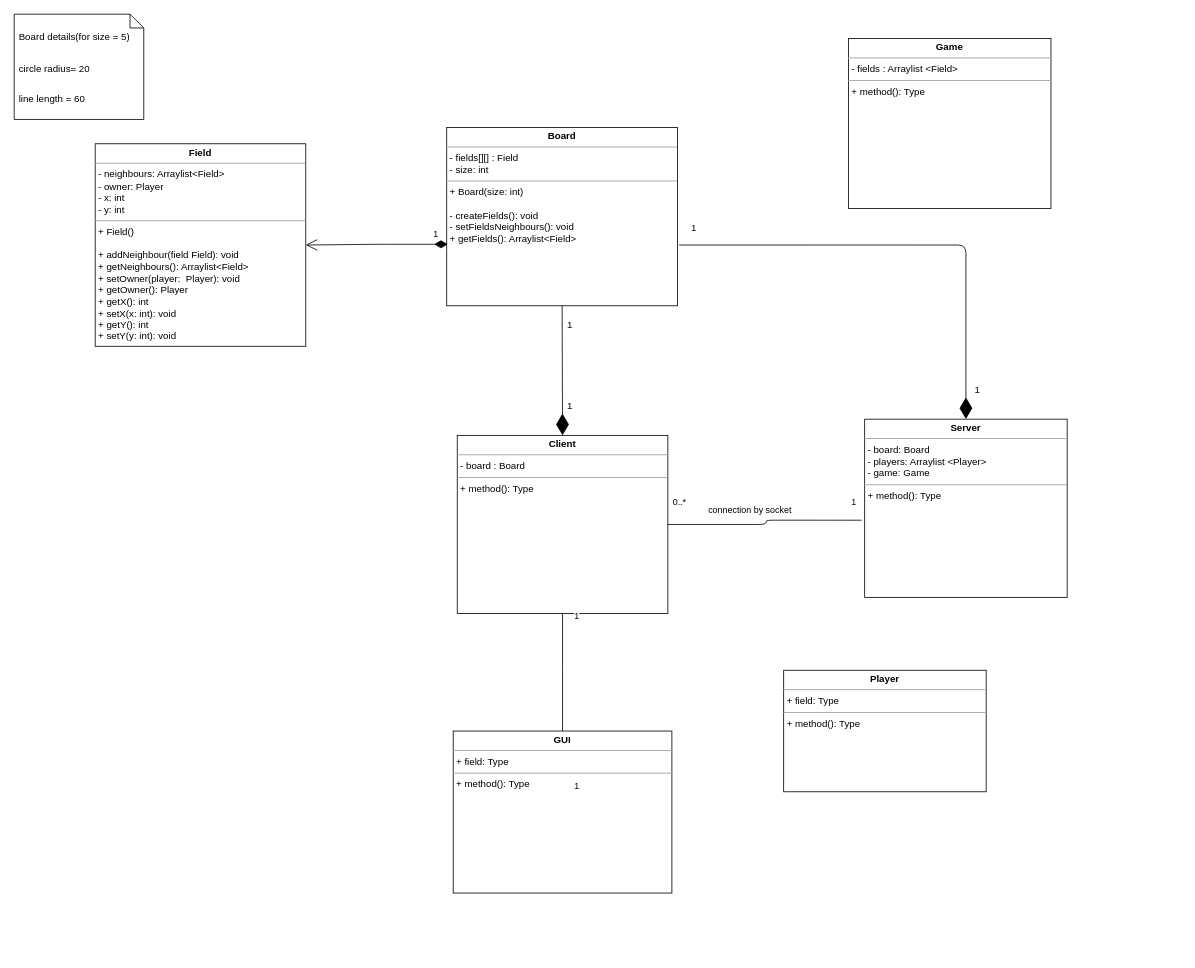
Lavreen/ChineseChess keeps this draw.io diagram as diagram UML.drawio. Above is the earlier version. Source tidied: cells renumbered, new cells numbered last; positions are measured from the earlier drawing's top-left corner, leaving out a move shared by most shapes. Both pictures are drawn from the tidied source at 81%, with x=0, y=0 at pixel (14, 14).
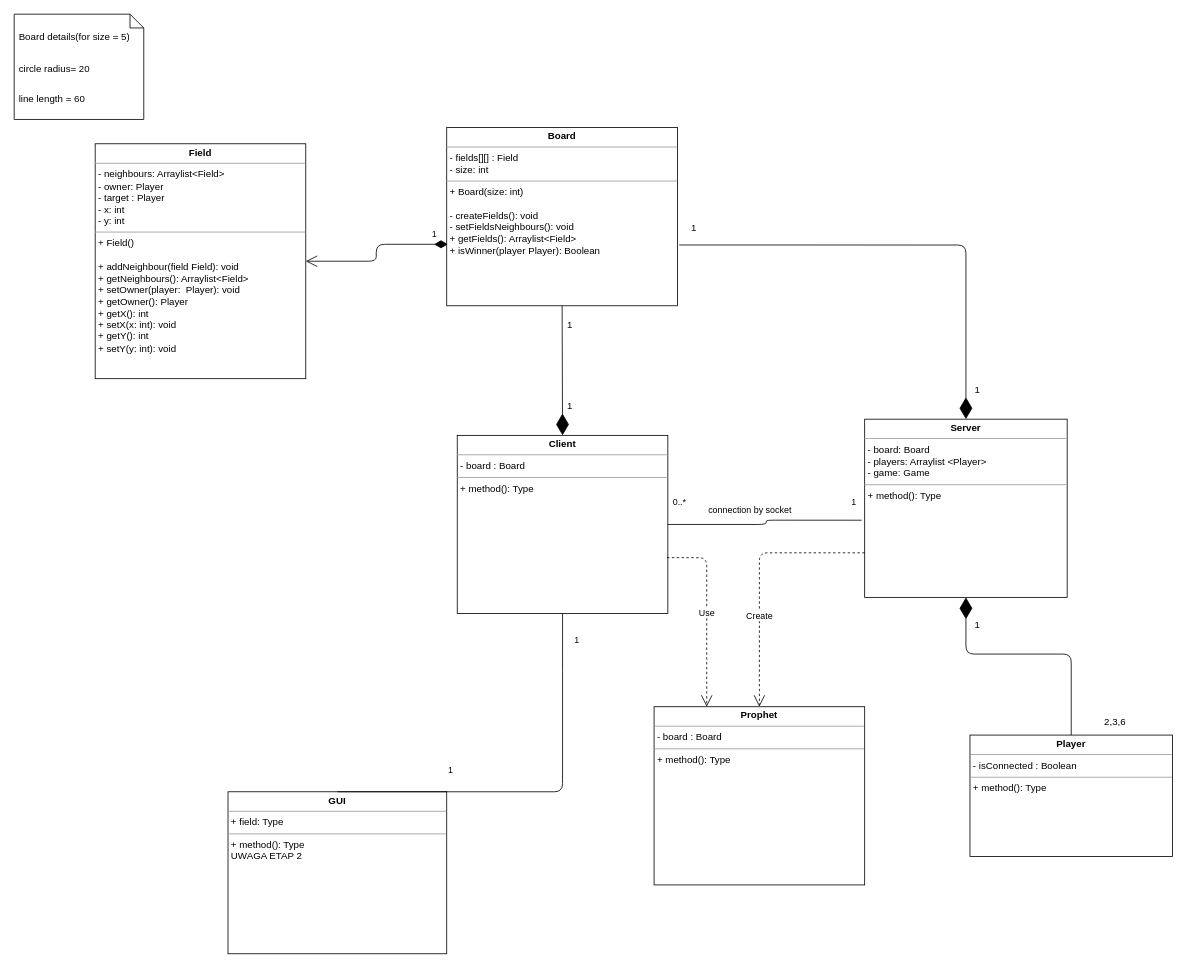
The same diagram, later.

The change refers to these unchanged cells:
```xml
<mxCell id="2" value="&lt;p style=&quot;margin: 0px ; margin-top: 4px ; text-align: center&quot;&gt;&lt;b&gt;Server&lt;/b&gt;&lt;/p&gt;&lt;hr size=&quot;1&quot;&gt;&lt;p style=&quot;margin: 0px ; margin-left: 4px&quot;&gt;- board: Board&lt;/p&gt;&lt;p style=&quot;margin: 0px ; margin-left: 4px&quot;&gt;- players: Arraylist &amp;lt;Player&lt;span&gt;&amp;gt;&lt;/span&gt;&lt;/p&gt;&lt;p style=&quot;margin: 0px ; margin-left: 4px&quot;&gt;&lt;span&gt;- game: Game&lt;/span&gt;&lt;/p&gt;&lt;hr size=&quot;1&quot;&gt;&lt;p style=&quot;margin: 0px ; margin-left: 4px&quot;&gt;+ method(): Type&lt;/p&gt;" style="verticalAlign=top;align=left;overflow=fill;fontSize=12;fontFamily=Helvetica;html=1;" parent="1" vertex="1">
  <mxGeometry x="1050" y="500" width="250" height="220" as="geometry" />
</mxCell>
<mxCell id="6" value="&lt;p style=&quot;margin: 0px ; margin-top: 4px ; text-align: center&quot;&gt;&lt;b&gt;Client&lt;/b&gt;&lt;/p&gt;&lt;hr size=&quot;1&quot;&gt;&lt;p style=&quot;margin: 0px ; margin-left: 4px&quot;&gt;- board : Board&lt;/p&gt;&lt;hr size=&quot;1&quot;&gt;&lt;p style=&quot;margin: 0px ; margin-left: 4px&quot;&gt;+ method(): Type&lt;/p&gt;" style="verticalAlign=top;align=left;overflow=fill;fontSize=12;fontFamily=Helvetica;html=1;" parent="1" vertex="1">
  <mxGeometry x="547" y="520" width="260" height="220" as="geometry" />
</mxCell>
```

The edit, as a diff of the source:
```diff
@@
-    <mxCell id="3" value="&lt;p style=&quot;margin: 0px ; margin-top: 4px ; text-align: center&quot;&gt;&lt;b&gt;Board&lt;/b&gt;&lt;/p&gt;&lt;hr size=&quot;1&quot;&gt;&lt;p style=&quot;margin: 0px ; margin-left: 4px&quot;&gt;- fields[][]&lt;span&gt;&amp;nbsp;: Field&lt;/span&gt;&lt;/p&gt;&lt;p style=&quot;margin: 0px ; margin-left: 4px&quot;&gt;- size: int&lt;/p&gt;&lt;hr size=&quot;1&quot;&gt;&lt;p style=&quot;margin: 0px ; margin-left: 4px&quot;&gt;+ Board(size: int)&lt;/p&gt;&lt;p style=&quot;margin: 0px ; margin-left: 4px&quot;&gt;&lt;br&gt;&lt;/p&gt;&lt;p style=&quot;margin: 0px ; margin-left: 4px&quot;&gt;- createFields(): void&lt;/p&gt;&lt;p style=&quot;margin: 0px ; margin-left: 4px&quot;&gt;- setFieldsNeighbours(): void&lt;/p&gt;&lt;p style=&quot;margin: 0px ; margin-left: 4px&quot;&gt;+ getFields(): Arraylist&amp;lt;Field&amp;gt;&lt;/p&gt;" style="verticalAlign=top;align=left;overflow=fill;fontSize=12;fontFamily=Helvetica;html=1;" parent="1" vertex="1">
+    <mxCell id="3" value="&lt;p style=&quot;margin: 0px ; margin-top: 4px ; text-align: center&quot;&gt;&lt;b&gt;Board&lt;/b&gt;&lt;/p&gt;&lt;hr size=&quot;1&quot;&gt;&lt;p style=&quot;margin: 0px ; margin-left: 4px&quot;&gt;- fields[][]&lt;span&gt;&amp;nbsp;: Field&lt;/span&gt;&lt;/p&gt;&lt;p style=&quot;margin: 0px ; margin-left: 4px&quot;&gt;- size: int&lt;/p&gt;&lt;hr size=&quot;1&quot;&gt;&lt;p style=&quot;margin: 0px ; margin-left: 4px&quot;&gt;+ Board(size: int)&lt;/p&gt;&lt;p style=&quot;margin: 0px ; margin-left: 4px&quot;&gt;&lt;br&gt;&lt;/p&gt;&lt;p style=&quot;margin: 0px ; margin-left: 4px&quot;&gt;- createFields(): void&lt;/p&gt;&lt;p style=&quot;margin: 0px ; margin-left: 4px&quot;&gt;- setFieldsNeighbours(): void&lt;/p&gt;&lt;p style=&quot;margin: 0px ; margin-left: 4px&quot;&gt;+ getFields(): Arraylist&amp;lt;Field&amp;gt;&lt;/p&gt;&lt;p style=&quot;margin: 0px ; margin-left: 4px&quot;&gt;+ isWinner(player Player): Boolean&lt;/p&gt;" style="verticalAlign=top;align=left;overflow=fill;fontSize=12;fontFamily=Helvetica;html=1;" parent="1" vertex="1">
       <mxGeometry x="534" y="140" width="285" height="220" as="geometry" />
     </mxCell>
-    <mxCell id="4" value="&lt;p style=&quot;margin: 0px ; margin-top: 4px ; text-align: center&quot;&gt;&lt;b&gt;Field&lt;/b&gt;&lt;/p&gt;&lt;hr size=&quot;1&quot;&gt;&lt;p style=&quot;margin: 0px ; margin-left: 4px&quot;&gt;- neighbours: Arraylist&amp;lt;Field&amp;gt;&lt;/p&gt;&lt;p style=&quot;margin: 0px ; margin-left: 4px&quot;&gt;- owner: Player&lt;/p&gt;&lt;p style=&quot;margin: 0px ; margin-left: 4px&quot;&gt;- x: int&lt;/p&gt;&lt;p style=&quot;margin: 0px ; margin-left: 4px&quot;&gt;- y: int&lt;/p&gt;&lt;hr size=&quot;1&quot;&gt;&lt;p style=&quot;margin: 0px ; margin-left: 4px&quot;&gt;+ Field()&lt;/p&gt;&lt;p style=&quot;margin: 0px ; margin-left: 4px&quot;&gt;&lt;br&gt;&lt;/p&gt;&lt;p style=&quot;margin: 0px ; margin-left: 4px&quot;&gt;+ addNeighbour(field Field): void&lt;/p&gt;&lt;p style=&quot;margin: 0px ; margin-left: 4px&quot;&gt;+ getNeighbours(): Arraylist&amp;lt;Field&amp;gt;&lt;/p&gt;&lt;p style=&quot;margin: 0px ; margin-left: 4px&quot;&gt;+ setOwner(player:&amp;nbsp; Player): void&lt;/p&gt;&lt;p style=&quot;margin: 0px ; margin-left: 4px&quot;&gt;+ getOwner(): Player&lt;/p&gt;&lt;p style=&quot;margin: 0px ; margin-left: 4px&quot;&gt;+ getX(): int&lt;/p&gt;&lt;p style=&quot;margin: 0px ; margin-left: 4px&quot;&gt;+ setX(x: int): void&lt;/p&gt;&lt;p style=&quot;margin: 0px 0px 0px 4px&quot;&gt;+ getY(): int&lt;/p&gt;&lt;p style=&quot;margin: 0px 0px 0px 4px&quot;&gt;+ setY(y: int): void&lt;/p&gt;" style="verticalAlign=top;align=left;overflow=fill;fontSize=12;fontFamily=Helvetica;html=1;" parent="1" vertex="1">
-      <mxGeometry x="100" y="160" width="260" height="250" as="geometry" />
+    <mxCell id="4" value="&lt;p style=&quot;margin: 0px ; margin-top: 4px ; text-align: center&quot;&gt;&lt;b&gt;Field&lt;/b&gt;&lt;/p&gt;&lt;hr size=&quot;1&quot;&gt;&lt;p style=&quot;margin: 0px ; margin-left: 4px&quot;&gt;- neighbours: Arraylist&amp;lt;Field&amp;gt;&lt;/p&gt;&lt;p style=&quot;margin: 0px ; margin-left: 4px&quot;&gt;- owner: Player&lt;/p&gt;&lt;p style=&quot;margin: 0px ; margin-left: 4px&quot;&gt;- target : Player&lt;/p&gt;&lt;p style=&quot;margin: 0px ; margin-left: 4px&quot;&gt;- x: int&lt;/p&gt;&lt;p style=&quot;margin: 0px ; margin-left: 4px&quot;&gt;- y: int&lt;/p&gt;&lt;hr size=&quot;1&quot;&gt;&lt;p style=&quot;margin: 0px ; margin-left: 4px&quot;&gt;+ Field()&lt;/p&gt;&lt;p style=&quot;margin: 0px ; margin-left: 4px&quot;&gt;&lt;br&gt;&lt;/p&gt;&lt;p style=&quot;margin: 0px ; margin-left: 4px&quot;&gt;+ addNeighbour(field Field): void&lt;/p&gt;&lt;p style=&quot;margin: 0px ; margin-left: 4px&quot;&gt;+ getNeighbours(): Arraylist&amp;lt;Field&amp;gt;&lt;/p&gt;&lt;p style=&quot;margin: 0px ; margin-left: 4px&quot;&gt;+ setOwner(player:&amp;nbsp; Player): void&lt;/p&gt;&lt;p style=&quot;margin: 0px ; margin-left: 4px&quot;&gt;+ getOwner(): Player&lt;/p&gt;&lt;p style=&quot;margin: 0px ; margin-left: 4px&quot;&gt;+ getX(): int&lt;/p&gt;&lt;p style=&quot;margin: 0px ; margin-left: 4px&quot;&gt;+ setX(x: int): void&lt;/p&gt;&lt;p style=&quot;margin: 0px 0px 0px 4px&quot;&gt;+ getY(): int&lt;/p&gt;&lt;p style=&quot;margin: 0px 0px 0px 4px&quot;&gt;+ setY(y: int): void&lt;/p&gt;" style="verticalAlign=top;align=left;overflow=fill;fontSize=12;fontFamily=Helvetica;html=1;" parent="1" vertex="1">
+      <mxGeometry x="100" y="160" width="260" height="290" as="geometry" />
     </mxCell>
-    <mxCell id="5" value="&lt;p style=&quot;margin: 0px ; margin-top: 4px ; text-align: center&quot;&gt;&lt;b&gt;Player&lt;/b&gt;&lt;/p&gt;&lt;hr size=&quot;1&quot;&gt;&lt;p style=&quot;margin: 0px ; margin-left: 4px&quot;&gt;+ field: Type&lt;/p&gt;&lt;hr size=&quot;1&quot;&gt;&lt;p style=&quot;margin: 0px ; margin-left: 4px&quot;&gt;+ method(): Type&lt;/p&gt;" style="verticalAlign=top;align=left;overflow=fill;fontSize=12;fontFamily=Helvetica;html=1;" parent="1" vertex="1">
-      <mxGeometry x="950" y="810" width="250" height="150" as="geometry" />
+    <mxCell id="5" value="&lt;p style=&quot;margin: 0px ; margin-top: 4px ; text-align: center&quot;&gt;&lt;b&gt;Player&lt;/b&gt;&lt;/p&gt;&lt;hr size=&quot;1&quot;&gt;&lt;p style=&quot;margin: 0px ; margin-left: 4px&quot;&gt;- isConnected : Boolean&lt;/p&gt;&lt;hr size=&quot;1&quot;&gt;&lt;p style=&quot;margin: 0px ; margin-left: 4px&quot;&gt;+ method(): Type&lt;/p&gt;" style="verticalAlign=top;align=left;overflow=fill;fontSize=12;fontFamily=Helvetica;html=1;" parent="1" vertex="1">
+      <mxGeometry x="1180" y="890" width="250" height="150" as="geometry" />
     </mxCell>
@@
-    <mxCell id="11" value="&lt;p style=&quot;margin: 0px ; margin-top: 4px ; text-align: center&quot;&gt;&lt;b&gt;Game&lt;/b&gt;&lt;/p&gt;&lt;hr size=&quot;1&quot;&gt;&lt;p style=&quot;margin: 0px ; margin-left: 4px&quot;&gt;- fields : Arraylist &amp;lt;Field&amp;gt;&lt;/p&gt;&lt;hr size=&quot;1&quot;&gt;&lt;p style=&quot;margin: 0px ; margin-left: 4px&quot;&gt;+ method(): Type&lt;/p&gt;" style="verticalAlign=top;align=left;overflow=fill;fontSize=12;fontFamily=Helvetica;html=1;" parent="1" vertex="1">
-      <mxGeometry x="1030" y="30" width="250" height="210" as="geometry" />
-    </mxCell>
-    <mxCell id="12" value="&lt;p style=&quot;margin: 0px ; margin-top: 4px ; text-align: center&quot;&gt;&lt;b&gt;GUI&lt;/b&gt;&lt;/p&gt;&lt;hr size=&quot;1&quot;&gt;&lt;p style=&quot;margin: 0px ; margin-left: 4px&quot;&gt;+ field: Type&lt;/p&gt;&lt;hr size=&quot;1&quot;&gt;&lt;p style=&quot;margin: 0px ; margin-left: 4px&quot;&gt;+ method(): Type&lt;/p&gt;" style="verticalAlign=top;align=left;overflow=fill;fontSize=12;fontFamily=Helvetica;html=1;" parent="1" vertex="1">
-      <mxGeometry x="542" y="885" width="270" height="200" as="geometry" />
+    <mxCell id="12" value="&lt;p style=&quot;margin: 0px ; margin-top: 4px ; text-align: center&quot;&gt;&lt;b&gt;GUI&lt;/b&gt;&lt;/p&gt;&lt;hr size=&quot;1&quot;&gt;&lt;p style=&quot;margin: 0px ; margin-left: 4px&quot;&gt;+ field: Type&lt;/p&gt;&lt;hr size=&quot;1&quot;&gt;&lt;p style=&quot;margin: 0px ; margin-left: 4px&quot;&gt;+ method(): Type&lt;/p&gt;&lt;p style=&quot;margin: 0px ; margin-left: 4px&quot;&gt;UWAGA ETAP 2&lt;/p&gt;" style="verticalAlign=top;align=left;overflow=fill;fontSize=12;fontFamily=Helvetica;html=1;" parent="1" vertex="1">
+      <mxGeometry x="264" y="960" width="270" height="200" as="geometry" />
     </mxCell>
@@
     <mxCell id="14" value="&lt;span style=&quot;color: rgb(0, 0, 0); font-family: helvetica; font-size: 11px; font-style: normal; font-weight: 400; letter-spacing: normal; text-align: left; text-indent: 0px; text-transform: none; word-spacing: 0px; background-color: rgb(255, 255, 255); display: inline; float: none;&quot;&gt;1&lt;/span&gt;" style="text;whiteSpace=wrap;html=1;fontSize=11;fontFamily=Helvetica;" parent="1" vertex="1">
-      <mxGeometry x="690" y="940" width="30" height="30" as="geometry" />
+      <mxGeometry x="534" y="920" width="30" height="30" as="geometry" />
     </mxCell>
@@
+    <mxCell id="26" style="endArrow=diamondThin;endFill=1;endSize=24;html=1;exitX=0.5;exitY=0;exitDx=0;exitDy=0;entryX=0.5;entryY=1;entryDx=0;entryDy=0;" parent="1" edge="1" source="5" target="2">
+      <mxGeometry relative="1" as="geometry">
+        <Array as="points">
+          <mxPoint x="1305" y="790" />
+          <mxPoint x="1175" y="790" />
+        </Array>
+      </mxGeometry>
+    </mxCell>
+    <mxCell id="27" value="1" style="text;strokeColor=none;fillColor=none;align=left;verticalAlign=top;spacingLeft=4;spacingRight=4;overflow=hidden;" parent="1" vertex="1">
+      <mxGeometry x="1180" y="740" width="100" height="26" as="geometry" />
+    </mxCell>
+    <mxCell id="28" value="2,3,6&#10;" style="text;strokeColor=none;fillColor=none;align=left;verticalAlign=top;spacingLeft=4;spacingRight=4;overflow=hidden;" parent="1" vertex="1">
+      <mxGeometry x="1340" y="860" width="100" height="26" as="geometry" />
+    </mxCell>
+    <mxCell id="29" value="&lt;p style=&quot;margin: 0px ; margin-top: 4px ; text-align: center&quot;&gt;&lt;b&gt;Prophet&lt;/b&gt;&lt;/p&gt;&lt;hr size=&quot;1&quot;&gt;&lt;p style=&quot;margin: 0px ; margin-left: 4px&quot;&gt;- board : Board&lt;/p&gt;&lt;hr size=&quot;1&quot;&gt;&lt;p style=&quot;margin: 0px ; margin-left: 4px&quot;&gt;+ method(): Type&lt;/p&gt;" style="verticalAlign=top;align=left;overflow=fill;fontSize=12;fontFamily=Helvetica;html=1;" parent="1" vertex="1">
+      <mxGeometry x="790" y="855" width="260" height="220" as="geometry" />
+    </mxCell>
+    <mxCell id="30" value="Create" style="endArrow=open;endSize=12;dashed=1;html=1;entryX=0.5;entryY=0;entryDx=0;entryDy=0;exitX=0;exitY=0.75;exitDx=0;exitDy=0;" parent="1" edge="1" source="2" target="29">
+      <mxGeometry x="0.3" relative="1" as="geometry">
+        <Array as="points">
+          <mxPoint x="920" y="665" />
+        </Array>
+      </mxGeometry>
+    </mxCell>
+    <mxCell id="31" value="Use" style="endArrow=open;endSize=12;dashed=1;html=1;entryX=0.25;entryY=0;entryDx=0;entryDy=0;exitX=0.996;exitY=0.686;exitDx=0;exitDy=0;exitPerimeter=0;" parent="1" edge="1" source="6" target="29">
+      <mxGeometry relative="1" as="geometry">
+        <Array as="points">
+          <mxPoint x="855" y="671" />
+        </Array>
+      </mxGeometry>
+    </mxCell>
```
